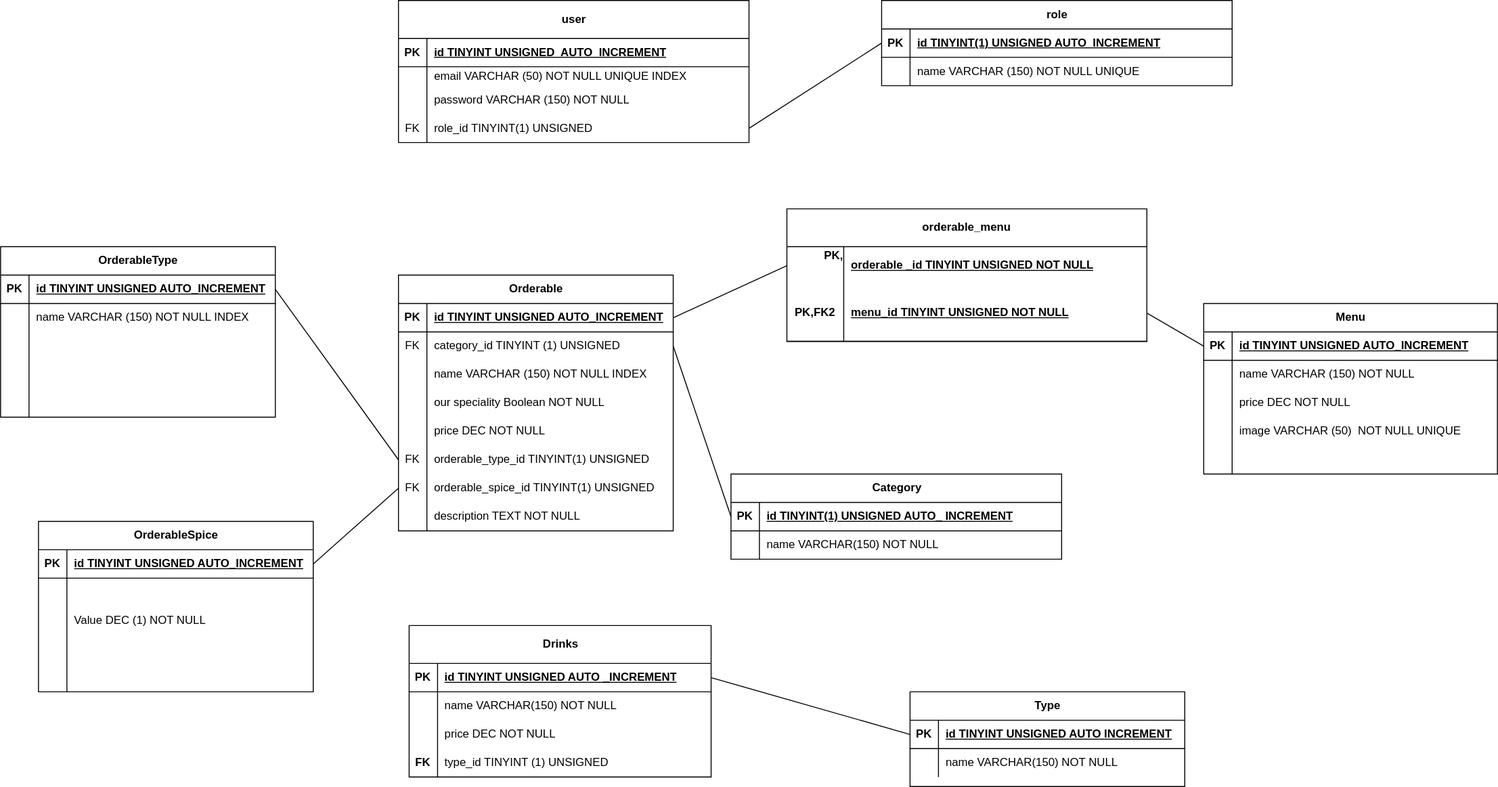
Above: code/merise/MPD.drawio.svg in prativa-k/Le-chemin-d-himalaya (draw.io), before the change. Source tidied: cells renumbered, new cells last; positions are measured from the earlier drawing's top-left corner, leaving out a move shared by most shapes.
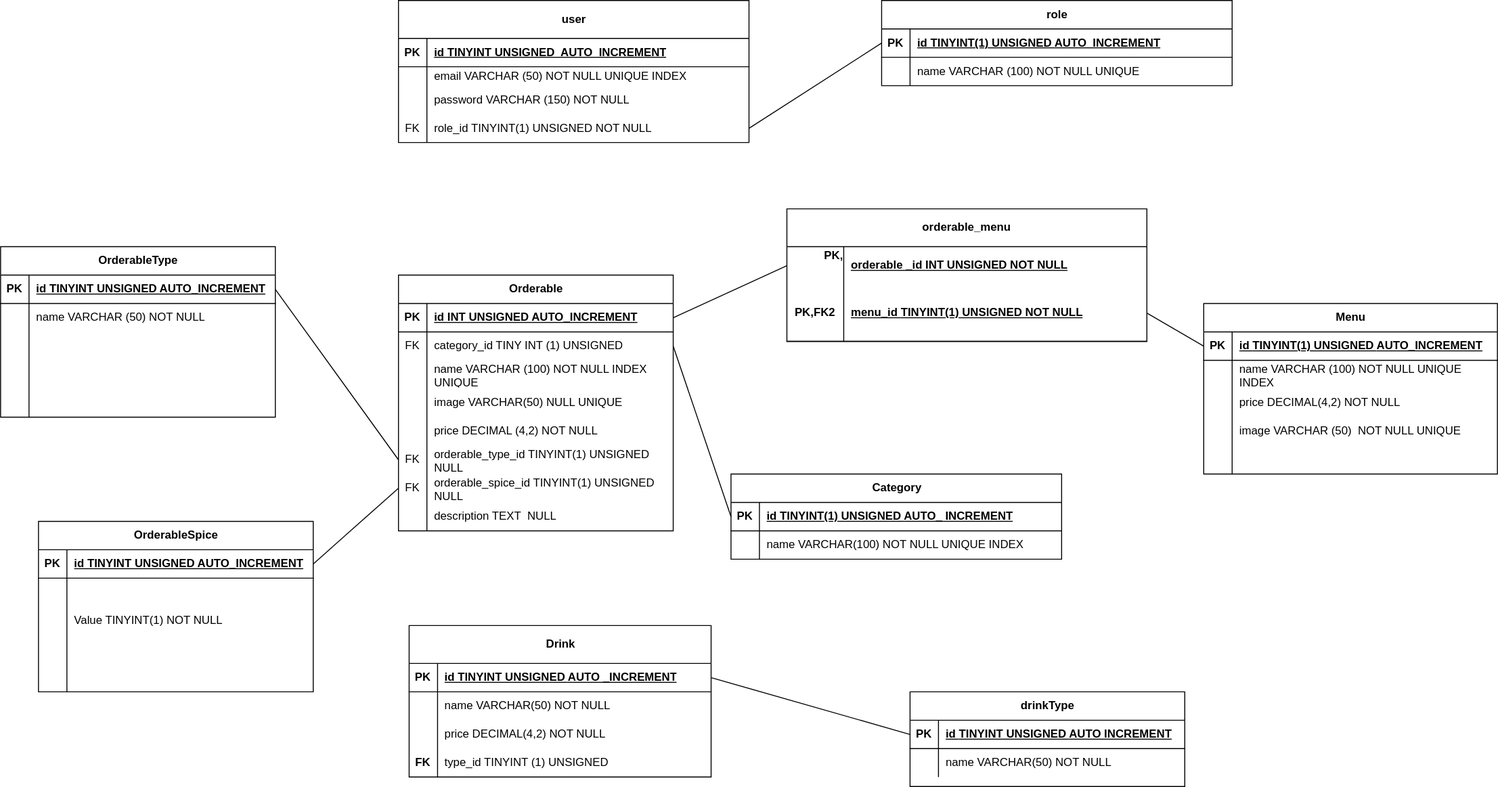
The same file after the commit.

What changed in the source:
```diff
@@ -40,3 +40,3 @@
     </mxCell>
-    <mxCell id="14" value="role_id TINYINT(1) UNSIGNED" style="shape=partialRectangle;fillColor=none;top=0;left=0;bottom=0;right=0;align=left;spacingLeft=6;overflow=hidden;whiteSpace=wrap;html=1;" parent="12" vertex="1">
+    <mxCell id="14" value="role_id TINYINT(1) UNSIGNED NOT NULL" style="shape=partialRectangle;fillColor=none;top=0;left=0;bottom=0;right=0;align=left;spacingLeft=6;overflow=hidden;whiteSpace=wrap;html=1;" parent="12" vertex="1">
       <mxGeometry x="30" width="340" height="30" as="geometry" />
@@ -61,3 +61,3 @@
     </mxCell>
-    <mxCell id="21" value="name&amp;nbsp;&lt;span style=&quot;color: rgb(0, 0, 0);&quot;&gt;VARCHAR (150) NOT NULL UNIQUE&lt;/span&gt;" style="shape=partialRectangle;fillColor=none;top=0;left=0;bottom=0;right=0;align=left;spacingLeft=6;overflow=hidden;whiteSpace=wrap;html=1;" parent="19" vertex="1">
+    <mxCell id="21" value="name&amp;nbsp;&lt;span style=&quot;color: rgb(0, 0, 0);&quot;&gt;VARCHAR (100) NOT NULL UNIQUE&lt;/span&gt;" style="shape=partialRectangle;fillColor=none;top=0;left=0;bottom=0;right=0;align=left;spacingLeft=6;overflow=hidden;whiteSpace=wrap;html=1;" parent="19" vertex="1">
       <mxGeometry x="30" width="340" height="30" as="geometry" />
@@ -73,3 +73,3 @@
     </mxCell>
-    <mxCell id="25" value="id&amp;nbsp;&lt;span style=&quot;color: rgb(0, 0, 0);&quot;&gt;&amp;nbsp;TINYINT UNSIGNED&amp;nbsp;&lt;/span&gt;&lt;span style=&quot;color: rgb(0, 0, 0);&quot;&gt;AUTO_INCREMENT&lt;/span&gt;" style="shape=partialRectangle;fillColor=none;top=0;left=0;bottom=0;right=0;align=left;spacingLeft=6;fontStyle=5;overflow=hidden;whiteSpace=wrap;html=1;" parent="23" vertex="1">
+    <mxCell id="25" value="id&amp;nbsp;&lt;span style=&quot;color: rgb(0, 0, 0);&quot;&gt;&amp;nbsp;TINYINT(1) UNSIGNED&amp;nbsp;&lt;/span&gt;&lt;span style=&quot;color: rgb(0, 0, 0);&quot;&gt;AUTO_INCREMENT&lt;/span&gt;" style="shape=partialRectangle;fillColor=none;top=0;left=0;bottom=0;right=0;align=left;spacingLeft=6;fontStyle=5;overflow=hidden;whiteSpace=wrap;html=1;" parent="23" vertex="1">
       <mxGeometry x="30" width="280" height="30" as="geometry" />
@@ -82,3 +82,3 @@
     </mxCell>
-    <mxCell id="28" value="name VARCHAR (150) NOT NULL" style="shape=partialRectangle;fillColor=none;top=0;left=0;bottom=0;right=0;align=left;spacingLeft=6;overflow=hidden;whiteSpace=wrap;html=1;" parent="26" vertex="1">
+    <mxCell id="28" value="name VARCHAR (100) NOT NULL UNIQUE INDEX" style="shape=partialRectangle;fillColor=none;top=0;left=0;bottom=0;right=0;align=left;spacingLeft=6;overflow=hidden;whiteSpace=wrap;html=1;" parent="26" vertex="1">
       <mxGeometry x="30" width="280" height="30" as="geometry" />
@@ -91,3 +91,3 @@
     </mxCell>
-    <mxCell id="31" value="price DEC NOT NULL" style="shape=partialRectangle;fillColor=none;top=0;left=0;bottom=0;right=0;align=left;spacingLeft=6;overflow=hidden;whiteSpace=wrap;html=1;" parent="29" vertex="1">
+    <mxCell id="31" value="price DECIMAL(4,2) NOT NULL" style="shape=partialRectangle;fillColor=none;top=0;left=0;bottom=0;right=0;align=left;spacingLeft=6;overflow=hidden;whiteSpace=wrap;html=1;" parent="29" vertex="1">
       <mxGeometry x="30" width="280" height="30" as="geometry" />
@@ -112,3 +112,3 @@
     </mxCell>
-    <mxCell id="38" value="Drinks" style="shape=table;startSize=40;rowLines=0;fontStyle=1;align=center;html=1;" parent="1" vertex="1">
+    <mxCell id="38" value="Drink" style="shape=table;startSize=40;rowLines=0;fontStyle=1;align=center;html=1;" parent="1" vertex="1">
       <mxGeometry x="431.2" y="660" width="318.8" height="160" as="geometry" />
@@ -130,3 +130,3 @@
     </mxCell>
-    <mxCell id="44" value="name&amp;nbsp;&lt;span style=&quot;color: rgb(0, 0, 0);&quot;&gt;VARCHAR(150) NOT NULL&lt;/span&gt;" style="shape=partialRectangle;fillColor=none;top=0;left=0;bottom=0;right=0;align=left;spacingLeft=6;overflow=hidden;whiteSpace=wrap;html=1;" parent="42" vertex="1">
+    <mxCell id="44" value="name&amp;nbsp;&lt;span style=&quot;color: rgb(0, 0, 0);&quot;&gt;VARCHAR(50) NOT NULL&lt;/span&gt;" style="shape=partialRectangle;fillColor=none;top=0;left=0;bottom=0;right=0;align=left;spacingLeft=6;overflow=hidden;whiteSpace=wrap;html=1;" parent="42" vertex="1">
       <mxGeometry x="30" width="288.8" height="30" as="geometry" />
@@ -139,3 +139,3 @@
     </mxCell>
-    <mxCell id="47" value="price DEC NOT NULL" style="shape=partialRectangle;fillColor=none;top=0;left=0;bottom=0;right=0;align=left;spacingLeft=6;overflow=hidden;whiteSpace=wrap;html=1;" parent="45" vertex="1">
+    <mxCell id="47" value="price DECIMAL(4,2) NOT NULL" style="shape=partialRectangle;fillColor=none;top=0;left=0;bottom=0;right=0;align=left;spacingLeft=6;overflow=hidden;whiteSpace=wrap;html=1;" parent="45" vertex="1">
       <mxGeometry x="30" width="288.8" height="30" as="geometry" />
@@ -151,3 +151,3 @@
     </mxCell>
-    <mxCell id="51" value="Type" style="shape=table;startSize=30;rowLines=0;fontStyle=1;align=center;html=1;" parent="1" vertex="1">
+    <mxCell id="51" value="drinkType" style="shape=table;startSize=30;rowLines=0;fontStyle=1;align=center;html=1;" parent="1" vertex="1">
       <mxGeometry x="960" y="730" width="290" height="100" as="geometry" />
@@ -169,3 +169,3 @@
     </mxCell>
-    <mxCell id="57" value="name VARCHAR(150) NOT NULL" style="shape=partialRectangle;fillColor=none;top=0;left=0;bottom=0;right=0;align=left;spacingLeft=6;overflow=hidden;whiteSpace=wrap;html=1;" parent="55" vertex="1">
+    <mxCell id="57" value="name VARCHAR(50) NOT NULL" style="shape=partialRectangle;fillColor=none;top=0;left=0;bottom=0;right=0;align=left;spacingLeft=6;overflow=hidden;whiteSpace=wrap;html=1;" parent="55" vertex="1">
       <mxGeometry x="30" width="260" height="30" as="geometry" />
@@ -190,3 +190,3 @@
     </mxCell>
-    <mxCell id="64" value="name&amp;nbsp;&lt;span style=&quot;color: rgb(0, 0, 0);&quot;&gt;VARCHAR(150) NOT NULL&lt;/span&gt;" style="shape=partialRectangle;fillColor=none;top=0;left=0;bottom=0;right=0;align=left;spacingLeft=6;overflow=hidden;whiteSpace=wrap;html=1;" parent="62" vertex="1">
+    <mxCell id="64" value="name&amp;nbsp;&lt;span style=&quot;color: rgb(0, 0, 0);&quot;&gt;VARCHAR(100) NOT NULL UNIQUE INDEX&lt;/span&gt;" style="shape=partialRectangle;fillColor=none;top=0;left=0;bottom=0;right=0;align=left;spacingLeft=6;overflow=hidden;whiteSpace=wrap;html=1;" parent="62" vertex="1">
       <mxGeometry x="30" width="319" height="30" as="geometry" />
@@ -202,3 +202,3 @@
     </mxCell>
-    <mxCell id="68" value="id TINYINT UNSIGNED AUTO_INCREMENT" style="shape=partialRectangle;fillColor=none;top=0;left=0;bottom=0;right=0;align=left;spacingLeft=6;fontStyle=5;overflow=hidden;whiteSpace=wrap;html=1;" parent="66" vertex="1">
+    <mxCell id="68" value="id INT UNSIGNED AUTO_INCREMENT" style="shape=partialRectangle;fillColor=none;top=0;left=0;bottom=0;right=0;align=left;spacingLeft=6;fontStyle=5;overflow=hidden;whiteSpace=wrap;html=1;" parent="66" vertex="1">
       <mxGeometry x="30" width="260" height="30" as="geometry" />
@@ -211,3 +211,3 @@
     </mxCell>
-    <mxCell id="71" value="category_id&amp;nbsp;&lt;span style=&quot;color: rgb(0, 0, 0);&quot;&gt;TINYINT&lt;/span&gt;&lt;span style=&quot;color: rgb(0, 0, 0);&quot;&gt;(1) UNSIGNED&lt;/span&gt;" style="shape=partialRectangle;fillColor=none;top=0;left=0;bottom=0;right=0;align=left;spacingLeft=6;overflow=hidden;whiteSpace=wrap;html=1;" parent="69" vertex="1">
+    <mxCell id="71" value="category_id TINY&lt;span style=&quot;color: rgb(0, 0, 0);&quot;&gt;INT&lt;/span&gt;&lt;span style=&quot;color: rgb(0, 0, 0);&quot;&gt;(1) UNSIGNED&lt;/span&gt;" style="shape=partialRectangle;fillColor=none;top=0;left=0;bottom=0;right=0;align=left;spacingLeft=6;overflow=hidden;whiteSpace=wrap;html=1;" parent="69" vertex="1">
       <mxGeometry x="30" width="260" height="30" as="geometry" />
@@ -220,3 +220,3 @@
     </mxCell>
-    <mxCell id="74" value="name&amp;nbsp;&lt;span style=&quot;color: rgb(0, 0, 0);&quot;&gt;VARCHAR (150) NOT NULL INDEX&lt;/span&gt;" style="shape=partialRectangle;fillColor=none;top=0;left=0;bottom=0;right=0;align=left;spacingLeft=6;overflow=hidden;whiteSpace=wrap;html=1;" parent="72" vertex="1">
+    <mxCell id="74" value="name&amp;nbsp;&lt;span style=&quot;color: rgb(0, 0, 0);&quot;&gt;VARCHAR (100) NOT NULL INDEX UNIQUE&lt;/span&gt;" style="shape=partialRectangle;fillColor=none;top=0;left=0;bottom=0;right=0;align=left;spacingLeft=6;overflow=hidden;whiteSpace=wrap;html=1;" parent="72" vertex="1">
       <mxGeometry x="30" width="260" height="30" as="geometry" />
@@ -229,3 +229,3 @@
     </mxCell>
-    <mxCell id="77" value="our speciality Boolean NOT NULL" style="shape=partialRectangle;fillColor=none;top=0;left=0;bottom=0;right=0;align=left;spacingLeft=6;overflow=hidden;whiteSpace=wrap;html=1;" parent="75" vertex="1">
+    <mxCell id="77" value="image VARCHAR(50) NULL UNIQUE" style="shape=partialRectangle;fillColor=none;top=0;left=0;bottom=0;right=0;align=left;spacingLeft=6;overflow=hidden;whiteSpace=wrap;html=1;" parent="75" vertex="1">
       <mxGeometry x="30" width="260" height="30" as="geometry" />
@@ -238,3 +238,3 @@
     </mxCell>
-    <mxCell id="80" value="price DEC NOT NULL" style="shape=partialRectangle;fillColor=none;top=0;left=0;bottom=0;right=0;align=left;spacingLeft=6;overflow=hidden;whiteSpace=wrap;html=1;" parent="78" vertex="1">
+    <mxCell id="80" value="price DECIMAL (4,2) NOT NULL" style="shape=partialRectangle;fillColor=none;top=0;left=0;bottom=0;right=0;align=left;spacingLeft=6;overflow=hidden;whiteSpace=wrap;html=1;" parent="78" vertex="1">
       <mxGeometry x="30" width="260" height="30" as="geometry" />
@@ -247,3 +247,3 @@
     </mxCell>
-    <mxCell id="83" value="orderable_type_id TINYINT(1) UNSIGNED" style="shape=partialRectangle;fillColor=none;top=0;left=0;bottom=0;right=0;align=left;spacingLeft=6;overflow=hidden;whiteSpace=wrap;html=1;" parent="81" vertex="1">
+    <mxCell id="83" value="orderable_type_id TINYINT(1) UNSIGNED NULL" style="shape=partialRectangle;fillColor=none;top=0;left=0;bottom=0;right=0;align=left;spacingLeft=6;overflow=hidden;whiteSpace=wrap;html=1;" parent="81" vertex="1">
       <mxGeometry x="30" width="260" height="30" as="geometry" />
@@ -256,3 +256,3 @@
     </mxCell>
-    <mxCell id="86" value="orderable_spice_id TINYINT(1) UNSIGNED" style="shape=partialRectangle;fillColor=none;top=0;left=0;bottom=0;right=0;align=left;spacingLeft=6;overflow=hidden;whiteSpace=wrap;html=1;" parent="84" vertex="1">
+    <mxCell id="86" value="orderable_spice_id TINYINT(1) UNSIGNED NULL" style="shape=partialRectangle;fillColor=none;top=0;left=0;bottom=0;right=0;align=left;spacingLeft=6;overflow=hidden;whiteSpace=wrap;html=1;" parent="84" vertex="1">
       <mxGeometry x="30" width="260" height="30" as="geometry" />
@@ -265,3 +265,3 @@
     </mxCell>
-    <mxCell id="89" value="description TEXT NOT NULL" style="shape=partialRectangle;fillColor=none;top=0;left=0;bottom=0;right=0;align=left;spacingLeft=6;overflow=hidden;whiteSpace=wrap;html=1;" parent="87" vertex="1">
+    <mxCell id="89" value="description TEXT&amp;nbsp; NULL" style="shape=partialRectangle;fillColor=none;top=0;left=0;bottom=0;right=0;align=left;spacingLeft=6;overflow=hidden;whiteSpace=wrap;html=1;" parent="87" vertex="1">
       <mxGeometry x="30" width="260" height="30" as="geometry" />
@@ -277,3 +277,3 @@
     </mxCell>
-    <mxCell id="93" value="orderable _id&amp;nbsp;&lt;span style=&quot;color: rgb(0, 0, 0);&quot;&gt;&amp;nbsp;TINYINT UNSIGNED NOT NULL&lt;/span&gt;" style="shape=partialRectangle;fillColor=none;top=0;left=0;bottom=0;right=0;align=left;spacingLeft=6;fontStyle=5;overflow=hidden;html=1;whiteSpace=wrap;" parent="91" vertex="1">
+    <mxCell id="93" value="orderable _id&amp;nbsp;&lt;span style=&quot;color: rgb(0, 0, 0);&quot;&gt;&amp;nbsp;INT UNSIGNED NOT NULL&lt;/span&gt;" style="shape=partialRectangle;fillColor=none;top=0;left=0;bottom=0;right=0;align=left;spacingLeft=6;fontStyle=5;overflow=hidden;html=1;whiteSpace=wrap;" parent="91" vertex="1">
       <mxGeometry x="60" width="320" height="40" as="geometry" />
@@ -286,3 +286,3 @@
     </mxCell>
-    <mxCell id="96" value="menu_id&amp;nbsp;&lt;span style=&quot;color: rgb(0, 0, 0);&quot;&gt;&amp;nbsp;TINYINT UNSIGNED NOT NULL&lt;/span&gt;" style="shape=partialRectangle;fillColor=none;top=0;left=0;bottom=0;right=0;align=left;spacingLeft=6;fontStyle=5;overflow=hidden;html=1;whiteSpace=wrap;" parent="94" vertex="1">
+    <mxCell id="96" value="menu_id&amp;nbsp;&lt;span style=&quot;color: rgb(0, 0, 0);&quot;&gt;&amp;nbsp;TINYINT(1) UNSIGNED NOT NULL&lt;/span&gt;" style="shape=partialRectangle;fillColor=none;top=0;left=0;bottom=0;right=0;align=left;spacingLeft=6;fontStyle=5;overflow=hidden;html=1;whiteSpace=wrap;" parent="94" vertex="1">
       <mxGeometry x="60" width="320" height="60" as="geometry" />
@@ -379,3 +379,3 @@
     </mxCell>
-    <mxCell id="127" value="Value DEC (1) NOT NULL" style="shape=partialRectangle;fillColor=none;top=0;left=0;bottom=0;right=0;align=left;spacingLeft=6;overflow=hidden;whiteSpace=wrap;html=1;" parent="125" vertex="1">
+    <mxCell id="127" value="Value TINYINT(1) NOT NULL" style="shape=partialRectangle;fillColor=none;top=0;left=0;bottom=0;right=0;align=left;spacingLeft=6;overflow=hidden;whiteSpace=wrap;html=1;" parent="125" vertex="1">
       <mxGeometry x="30" width="260" height="30" as="geometry" />
@@ -406,3 +406,3 @@
     </mxCell>
-    <mxCell id="136" value="name&amp;nbsp;&lt;span style=&quot;color: rgb(0, 0, 0);&quot;&gt;VARCHAR (150) NOT NULL INDEX&lt;/span&gt;" style="shape=partialRectangle;fillColor=none;top=0;left=0;bottom=0;right=0;align=left;spacingLeft=6;overflow=hidden;whiteSpace=wrap;html=1;" parent="1" vertex="1">
+    <mxCell id="136" value="name&amp;nbsp;&lt;span style=&quot;color: rgb(0, 0, 0);&quot;&gt;VARCHAR (50) NOT NULL&lt;/span&gt;" style="shape=partialRectangle;fillColor=none;top=0;left=0;bottom=0;right=0;align=left;spacingLeft=6;overflow=hidden;whiteSpace=wrap;html=1;" parent="1" vertex="1">
       <mxGeometry x="30" y="320" width="260" height="30" as="geometry" />
```
